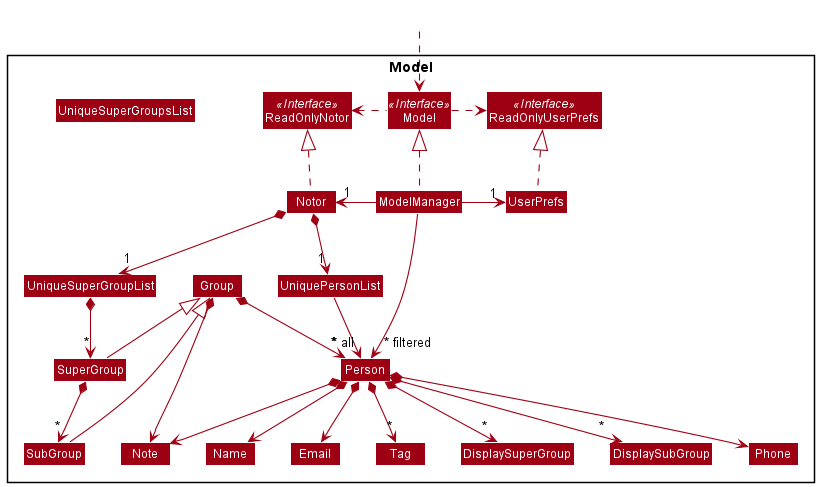
nus-cs2103-AY2122S1/tp keeps this PlantUML diagram as docs/images/ModelClassDiagram.png. Above is the earlier version.
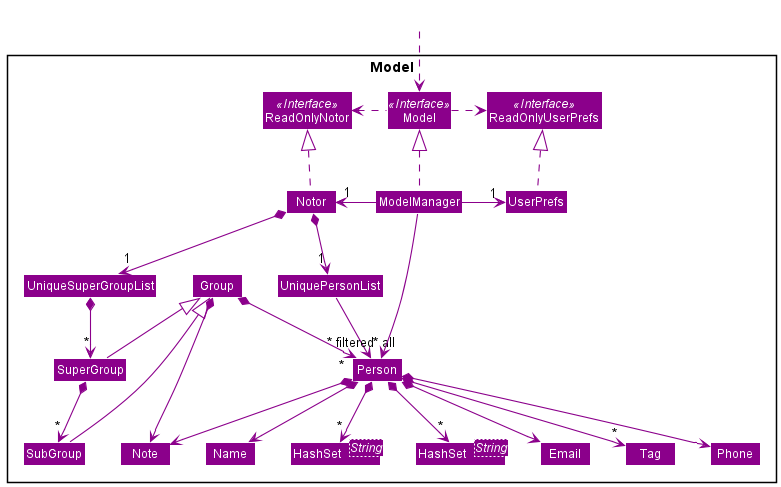
After the change.

Diff of the diagram source:
```diff
@@ -1,8 +1,9 @@
 @startuml
 !include style.puml
 skinparam arrowThickness 1.1
-skinparam arrowColor MODEL_COLOR
-skinparam classBackgroundColor MODEL_COLOR
+skinparam arrowColor #8B008B
+skinparam classBackgroundColor #8B008B
+
 
 Package Model <<Rectangle>>{
 Interface ReadOnlyNotor <<Interface>>
@@ -15,9 +16,9 @@
 Class UserPrefs
 Class ReadOnlyUserPrefs
 
-
+class "HashSet<String>" as DisplaySuperGroups #8B008B
+class "HashSet<String>" as DisplaySubGroups #8B008B
 Class UniquePersonList
-Class UniqueSuperGroupsList
 Class Person
 Class Email
 Class Name
@@ -25,15 +26,16 @@
 Class Tag
 Class Note
 Class UniqueSuperGroupList
-Class DisplaySuperGroup
-Class DisplaySubGroup
 Class Group
 Class SuperGroup
 Class SubGroup
 }
 
+
 Class HiddenOutside #FFFFFF
+
 HiddenOutside ..> Model
+
 
 Notor .up.|> ReadOnlyNotor
 
@@ -53,8 +55,8 @@
 Person *--> Email
 Person *--> Note
 Person *--> "*" Tag
-Person *--> "*" DisplaySuperGroup
-Person *--> "*" DisplaySubGroup
+Person *--> "*" DisplaySuperGroups
+Person *--> "*" DisplaySubGroups
 
 UniqueSuperGroupList *--> "*" SuperGroup
 SuperGroup *--> "*" SubGroup
```
